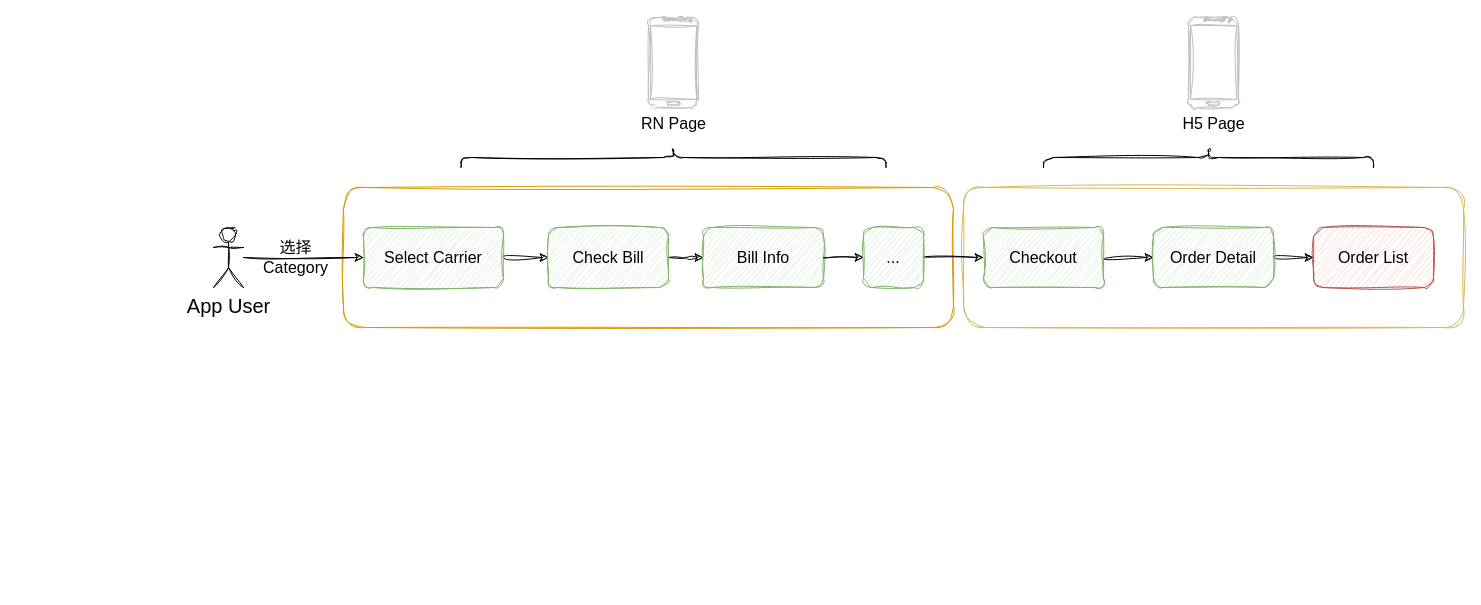
Earlier version of the draw.io diagram page "bill config 拆分" (12 of 16) of CDN优化.drawio (Darkindom/draw-the-diagrams). Source tidied: cells renumbered, new cells numbered last; positions are measured from the earlier drawing's top-left corner, leaving out a move shared by most shapes. Both pictures are drawn from the tidied source at 100%, with x=0, y=0 at pixel (213, -55).
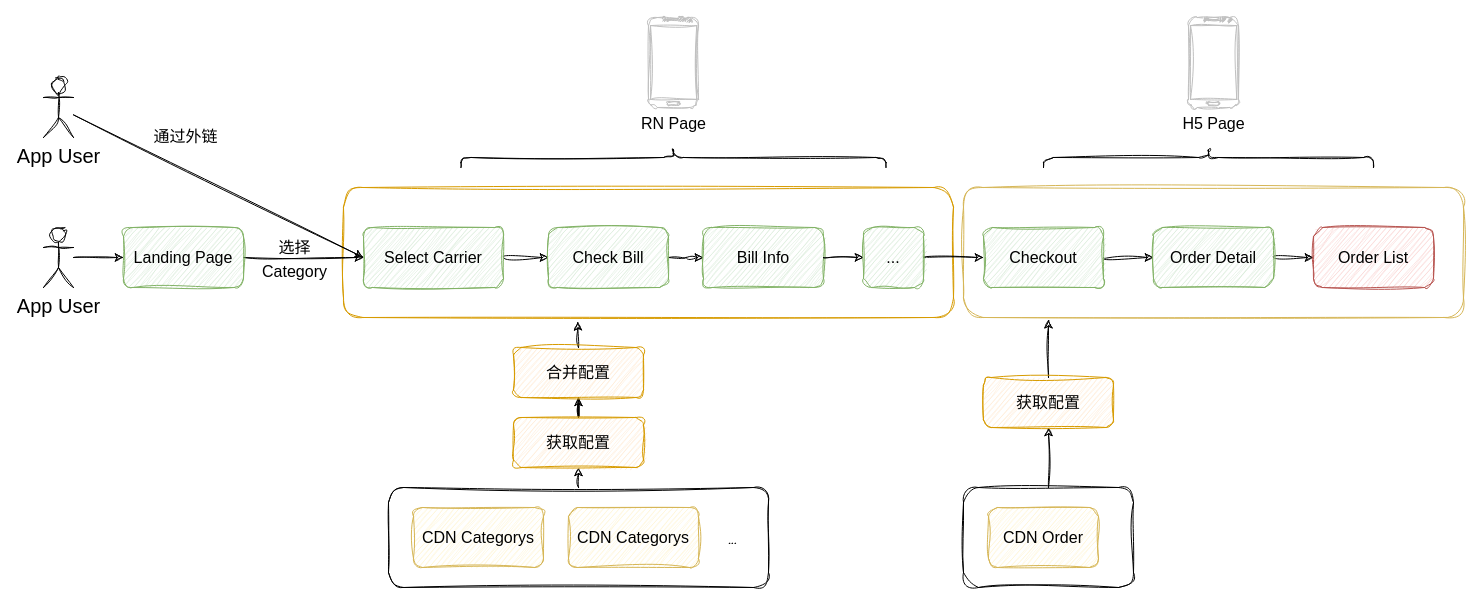
Above is the later version.

The change refers to these unchanged cells:
```xml
<mxCell id="5" value="Select Carrier" style="rounded=1;whiteSpace=wrap;html=1;sketch=1;hachureGap=4;jiggle=2;curveFitting=1;fontFamily=手札体-简;fontSize=16;fillColor=#d5e8d4;strokeColor=#82b366;" parent="1" vertex="1">
  <mxGeometry x="150" y="282" width="140" height="60" as="geometry" />
</mxCell>
```

What changed in the source:
```diff
@@
     <mxCell id="2" style="rounded=1;whiteSpace=wrap;html=1;sketch=1;hachureGap=4;jiggle=2;curveFitting=1;fontFamily=手札体-简;fontSize=16;fillColor=none;strokeColor=#d6b656;" parent="1" vertex="1">
-      <mxGeometry x="750" y="242" width="500" height="140" as="geometry" />
+      <mxGeometry x="750" y="242" width="500" height="130" as="geometry" />
     </mxCell>
     <mxCell id="3" style="rounded=1;whiteSpace=wrap;html=1;sketch=1;hachureGap=4;jiggle=2;curveFitting=1;fontFamily=手札体-简;fontSize=16;fillColor=none;strokeColor=#d79b00;" parent="1" vertex="1">
-      <mxGeometry x="130" y="242" width="610" height="140" as="geometry" />
+      <mxGeometry x="130" y="242" width="610" height="130" as="geometry" />
     </mxCell>
@@
-    <mxCell id="21" value="选择&lt;br&gt;Category" style="edgeStyle=orthogonalEdgeStyle;rounded=0;sketch=1;hachureGap=4;jiggle=2;curveFitting=1;jettySize=auto;html=1;entryX=0;entryY=0.5;entryDx=0;entryDy=0;fontFamily=手札体-简;fontSize=16;labelBackgroundColor=none;" parent="1" edge="1" source="22" target="5">
+    <mxCell id="21" style="edgeStyle=orthogonalEdgeStyle;rounded=0;sketch=1;hachureGap=4;jiggle=2;curveFitting=1;jettySize=auto;html=1;entryX=0;entryY=0.5;entryDx=0;entryDy=0;fontFamily=手札体-简;fontSize=16;labelBackgroundColor=none;" parent="1" edge="1" source="39" target="5">
       <mxGeometry x="-0.14" relative="1" as="geometry" />
     </mxCell>
     <mxCell id="22" value="App User" style="shape=umlActor;verticalLabelPosition=bottom;verticalAlign=top;html=1;outlineConnect=0;sketch=1;hachureGap=4;jiggle=2;curveFitting=1;fontFamily=手札体-简;fontSize=20;" parent="1" vertex="1">
-      <mxGeometry y="282" width="30" height="60" as="geometry" />
+      <mxGeometry x="-170" y="282" width="30" height="60" as="geometry" />
     </mxCell>
+    <mxCell id="23" style="edgeStyle=orthogonalEdgeStyle;rounded=0;sketch=1;hachureGap=4;jiggle=2;curveFitting=1;jettySize=auto;html=1;exitX=0.5;exitY=0;exitDx=0;exitDy=0;entryX=0.5;entryY=1;entryDx=0;entryDy=0;fontFamily=Architects Daughter;fontSize=16;" parent="1" edge="1" source="24" target="32">
+      <mxGeometry relative="1" as="geometry" />
+    </mxCell>
+    <mxCell id="24" style="rounded=1;whiteSpace=wrap;html=1;sketch=1;hachureGap=4;jiggle=2;curveFitting=1;fontFamily=Architects Daughter;fontSize=20;fillColor=none;" parent="1" vertex="1">
+      <mxGeometry x="175" y="542" width="380" height="100" as="geometry" />
+    </mxCell>
+    <mxCell id="25" value="CDN Categorys" style="rounded=1;whiteSpace=wrap;html=1;sketch=1;hachureGap=4;jiggle=2;curveFitting=1;fontFamily=手札体-简;fontSize=16;fillColor=#fff2cc;strokeColor=#d6b656;" parent="1" vertex="1">
+      <mxGeometry x="200" y="562" width="130" height="60" as="geometry" />
+    </mxCell>
+    <mxCell id="26" value="CDN Order" style="rounded=1;whiteSpace=wrap;html=1;sketch=1;hachureGap=4;jiggle=2;curveFitting=1;fontFamily=手札体-简;fontSize=16;fillColor=#fff2cc;strokeColor=#d6b656;" parent="1" vertex="1">
+      <mxGeometry x="775" y="562" width="110" height="60" as="geometry" />
+    </mxCell>
+    <mxCell id="27" value="CDN Categorys" style="rounded=1;whiteSpace=wrap;html=1;sketch=1;hachureGap=4;jiggle=2;curveFitting=1;fontFamily=手札体-简;fontSize=16;fillColor=#fff2cc;strokeColor=#d6b656;" parent="1" vertex="1">
+      <mxGeometry x="355" y="562" width="130" height="60" as="geometry" />
+    </mxCell>
+    <mxCell id="28" value="..." style="text;html=1;align=center;verticalAlign=middle;strokeColor=none;fillColor=none;fontSize=20;fontFamily=Architects Daughter;" parent="1" vertex="1">
+      <mxGeometry x="504" y="572" width="30" height="40" as="geometry" />
+    </mxCell>
+    <mxCell id="29" style="edgeStyle=orthogonalEdgeStyle;rounded=0;sketch=1;hachureGap=4;jiggle=2;curveFitting=1;jettySize=auto;html=1;exitX=0.5;exitY=0;exitDx=0;exitDy=0;fontFamily=Architects Daughter;fontSize=16;" parent="1" edge="1" source="30" target="36">
+      <mxGeometry relative="1" as="geometry" />
+    </mxCell>
+    <mxCell id="30" style="rounded=1;whiteSpace=wrap;html=1;sketch=1;hachureGap=4;jiggle=2;curveFitting=1;fontFamily=Architects Daughter;fontSize=20;fillColor=none;" parent="1" vertex="1">
+      <mxGeometry x="750" y="542" width="170" height="100" as="geometry" />
+    </mxCell>
+    <mxCell id="31" style="edgeStyle=orthogonalEdgeStyle;rounded=0;sketch=1;hachureGap=4;jiggle=2;curveFitting=1;jettySize=auto;html=1;fontFamily=Architects Daughter;fontSize=16;" parent="1" edge="1" source="32" target="34">
+      <mxGeometry relative="1" as="geometry" />
+    </mxCell>
+    <mxCell id="32" value="获取配置" style="rounded=1;whiteSpace=wrap;html=1;sketch=1;hachureGap=4;jiggle=2;curveFitting=1;fontFamily=手札体-简;fontSize=16;fillColor=#ffe6cc;strokeColor=#d79b00;" parent="1" vertex="1">
+      <mxGeometry x="300" y="472" width="130" height="50" as="geometry" />
+    </mxCell>
+    <mxCell id="33" style="edgeStyle=orthogonalEdgeStyle;rounded=0;sketch=1;hachureGap=4;jiggle=2;curveFitting=1;jettySize=auto;html=1;exitX=0.5;exitY=0;exitDx=0;exitDy=0;entryX=0.384;entryY=1.033;entryDx=0;entryDy=0;entryPerimeter=0;fontFamily=Architects Daughter;fontSize=16;" parent="1" edge="1" source="34" target="3">
+      <mxGeometry relative="1" as="geometry" />
+    </mxCell>
+    <mxCell id="34" value="合并配置" style="rounded=1;whiteSpace=wrap;html=1;sketch=1;hachureGap=4;jiggle=2;curveFitting=1;fontFamily=手札体-简;fontSize=16;fillColor=#ffe6cc;strokeColor=#d79b00;" parent="1" vertex="1">
+      <mxGeometry x="300" y="402" width="130" height="50" as="geometry" />
+    </mxCell>
+    <mxCell id="35" style="edgeStyle=orthogonalEdgeStyle;rounded=0;sketch=1;hachureGap=4;jiggle=2;curveFitting=1;jettySize=auto;html=1;exitX=0.5;exitY=0;exitDx=0;exitDy=0;entryX=0.17;entryY=1.017;entryDx=0;entryDy=0;entryPerimeter=0;fontFamily=Architects Daughter;fontSize=16;" parent="1" edge="1" source="36" target="2">
+      <mxGeometry relative="1" as="geometry" />
+    </mxCell>
+    <mxCell id="36" value="获取配置" style="rounded=1;whiteSpace=wrap;html=1;sketch=1;hachureGap=4;jiggle=2;curveFitting=1;fontFamily=手札体-简;fontSize=16;fillColor=#ffe6cc;strokeColor=#d79b00;" parent="1" vertex="1">
+      <mxGeometry x="770" y="432" width="130" height="50" as="geometry" />
+    </mxCell>
+    <mxCell id="37" style="edgeStyle=orthogonalEdgeStyle;rounded=0;sketch=1;hachureGap=4;jiggle=2;curveFitting=1;jettySize=auto;html=1;entryX=0;entryY=0.5;entryDx=0;entryDy=0;fontFamily=手札体-简;fontSize=16;labelBackgroundColor=none;" parent="1" edge="1" source="22" target="39">
+      <mxGeometry x="-0.14" relative="1" as="geometry" />
+    </mxCell>
+    <mxCell id="38" value="&lt;font face=&quot;手札体-简&quot; style=&quot;font-size: 16px;&quot;&gt;选择&lt;br style=&quot;border-color: var(--border-color);&quot;&gt;&lt;span style=&quot;&quot;&gt;Category&lt;/span&gt;&lt;/font&gt;" style="edgeLabel;html=1;align=center;verticalAlign=middle;fontSize=20;fontFamily=Architects Daughter;labelBackgroundColor=none;" parent="37" vertex="1">
+      <mxGeometry x="-0.02" y="4" relative="1" as="geometry">
+        <mxPoint x="195" y="4" as="offset" />
+      </mxGeometry>
+    </mxCell>
+    <mxCell id="39" value="Landing Page" style="rounded=1;whiteSpace=wrap;html=1;sketch=1;hachureGap=4;jiggle=2;curveFitting=1;fontFamily=手札体-简;fontSize=16;fillColor=#d5e8d4;strokeColor=#82b366;" parent="1" vertex="1">
+      <mxGeometry x="-90" y="282" width="120" height="60" as="geometry" />
+    </mxCell>
+    <mxCell id="40" style="rounded=0;sketch=1;hachureGap=4;jiggle=2;curveFitting=1;jettySize=auto;html=1;entryX=0;entryY=0.5;entryDx=0;entryDy=0;fontFamily=Architects Daughter;fontSize=16;" parent="1" edge="1" source="42" target="5">
+      <mxGeometry relative="1" as="geometry" />
+    </mxCell>
+    <mxCell id="41" value="通过外链" style="edgeLabel;html=1;align=center;verticalAlign=middle;fontSize=16;fontFamily=手札体-简;" parent="40" vertex="1">
+      <mxGeometry x="-0.47" y="-1" relative="1" as="geometry">
+        <mxPoint x="35" y="-18" as="offset" />
+      </mxGeometry>
+    </mxCell>
+    <mxCell id="42" value="App User" style="shape=umlActor;verticalLabelPosition=bottom;verticalAlign=top;html=1;outlineConnect=0;sketch=1;hachureGap=4;jiggle=2;curveFitting=1;fontFamily=手札体-简;fontSize=20;" parent="1" vertex="1">
+      <mxGeometry x="-170" y="132" width="30" height="60" as="geometry" />
+    </mxCell>
```
